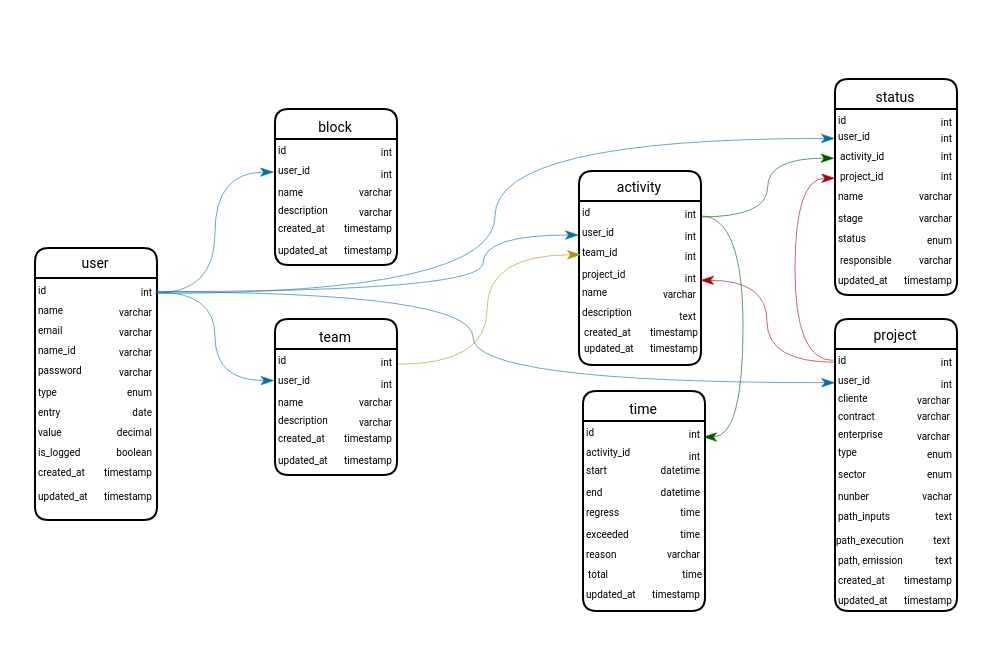
Before: Banco Kairos.drawio in Avflux/drawio, a draw.io diagram. Source tidied: cells renumbered, new cells numbered last; positions are measured from the earlier drawing's top-left corner, leaving out a move shared by most shapes. Both pictures are drawn from the tidied source at 200%, with x=0, y=0 at pixel (34, 78).
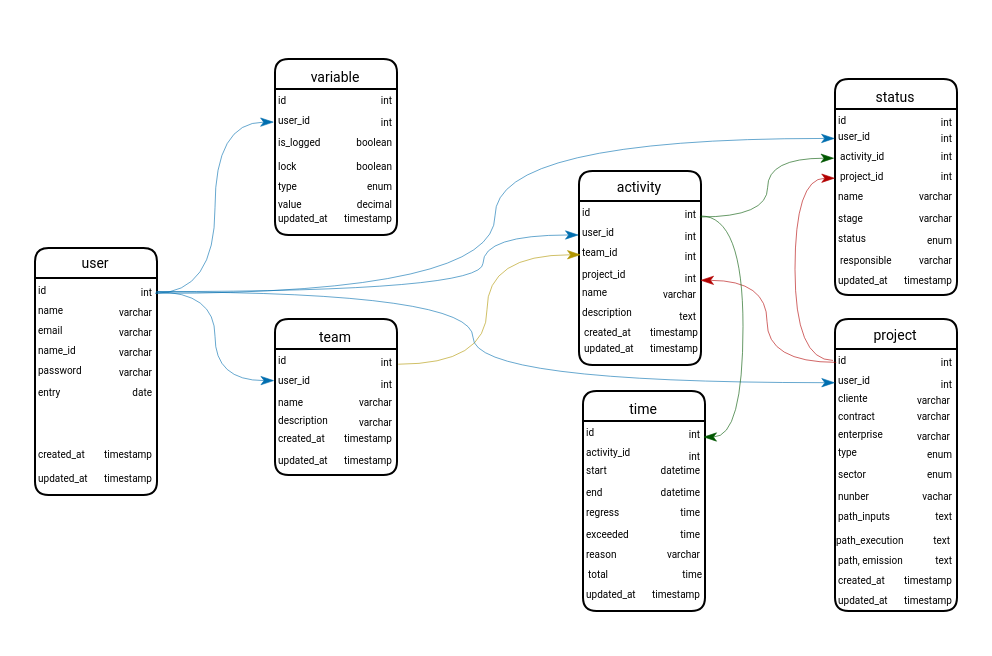
Above is the later version.

Change to the diagram source:
```diff
@@
     <mxCell id="2" value="&lt;p&gt;&lt;font style=&quot;font-size: 7px;&quot; face=&quot;Roboto&quot;&gt;&lt;span style=&quot;font-weight: 400;&quot;&gt;user&lt;/span&gt;&lt;/font&gt;&lt;/p&gt;" style="swimlane;whiteSpace=wrap;html=1;hachureGap=4;fontFamily=Architects Daughter;fillColor=default;strokeColor=default;startSize=15;strokeWidth=1;swimlaneLine=1;glass=0;rounded=1;shadow=0;align=center;" parent="1" vertex="1">
-      <mxGeometry y="84.5" width="61" height="136" as="geometry" />
+      <mxGeometry y="84.5" width="61" height="123.5" as="geometry" />
     </mxCell>
@@
-    <mxCell id="12" value="&lt;font face=&quot;Roboto&quot;&gt;&lt;span style=&quot;font-size: 5px;&quot;&gt;type&lt;/span&gt;&lt;/font&gt;" style="text;html=1;align=left;verticalAlign=middle;strokeColor=none;fillColor=none;fontFamily=Architects Daughter;" parent="2" vertex="1">
-      <mxGeometry y="55" width="30" height="30" as="geometry" />
-    </mxCell>
-    <mxCell id="13" value="&lt;font face=&quot;Roboto&quot;&gt;&lt;span style=&quot;font-size: 5px;&quot;&gt;enum&lt;/span&gt;&lt;/font&gt;" style="text;html=1;align=right;verticalAlign=middle;strokeColor=none;fillColor=none;fontFamily=Architects Daughter;" parent="2" vertex="1">
-      <mxGeometry x="30" y="55" width="30" height="30" as="geometry" />
-    </mxCell>
     <mxCell id="14" value="&lt;font face=&quot;Roboto&quot;&gt;&lt;span style=&quot;font-size: 5px;&quot;&gt;entry&lt;/span&gt;&lt;/font&gt;" style="text;html=1;align=left;verticalAlign=middle;strokeColor=none;fillColor=none;fontFamily=Architects Daughter;" parent="2" vertex="1">
-      <mxGeometry y="67" width="29" height="27" as="geometry" />
+      <mxGeometry y="57" width="29" height="27" as="geometry" />
     </mxCell>
     <mxCell id="15" value="&lt;font face=&quot;Roboto&quot;&gt;&lt;span style=&quot;font-size: 5px;&quot;&gt;date&lt;/span&gt;&lt;/font&gt;" style="text;html=1;align=right;verticalAlign=middle;strokeColor=none;fillColor=none;fontFamily=Architects Daughter;" parent="2" vertex="1">
-      <mxGeometry x="30" y="65" width="30" height="30" as="geometry" />
+      <mxGeometry x="30" y="55" width="30" height="30" as="geometry" />
     </mxCell>
-    <mxCell id="16" value="&lt;font face=&quot;Roboto&quot;&gt;&lt;span style=&quot;font-size: 5px;&quot;&gt;value&lt;/span&gt;&lt;/font&gt;" style="text;html=1;align=left;verticalAlign=middle;strokeColor=none;fillColor=none;fontFamily=Architects Daughter;" parent="2" vertex="1">
-      <mxGeometry y="77" width="30" height="27" as="geometry" />
-    </mxCell>
-    <mxCell id="17" value="&lt;font face=&quot;Roboto&quot;&gt;&lt;span style=&quot;font-size: 5px;&quot;&gt;decimal&lt;/span&gt;&lt;/font&gt;" style="text;html=1;align=right;verticalAlign=middle;strokeColor=none;fillColor=none;fontFamily=Architects Daughter;" parent="2" vertex="1">
-      <mxGeometry x="20" y="75" width="40" height="30" as="geometry" />
-    </mxCell>
-    <mxCell id="18" value="&lt;font face=&quot;Roboto&quot;&gt;&lt;span style=&quot;font-size: 5px;&quot;&gt;is_logged&lt;/span&gt;&lt;/font&gt;" style="text;html=1;align=left;verticalAlign=middle;strokeColor=none;fillColor=none;fontFamily=Architects Daughter;" parent="2" vertex="1">
-      <mxGeometry y="85" width="40" height="30" as="geometry" />
-    </mxCell>
-    <mxCell id="19" value="&lt;font face=&quot;Roboto&quot;&gt;&lt;span style=&quot;font-size: 5px;&quot;&gt;boolean&lt;/span&gt;&lt;/font&gt;" style="text;html=1;align=right;verticalAlign=middle;strokeColor=none;fillColor=none;fontFamily=Architects Daughter;" parent="2" vertex="1">
-      <mxGeometry x="20" y="85" width="40" height="30" as="geometry" />
-    </mxCell>
@@
     <mxCell id="21" value="&lt;font face=&quot;Roboto&quot;&gt;&lt;span style=&quot;font-size: 5px;&quot;&gt;created_at&lt;/span&gt;&lt;/font&gt;" style="text;html=1;align=left;verticalAlign=middle;strokeColor=none;fillColor=none;fontFamily=Architects Daughter;" parent="2" vertex="1">
-      <mxGeometry y="97" width="41" height="27" as="geometry" />
+      <mxGeometry y="88" width="41" height="27" as="geometry" />
     </mxCell>
     <mxCell id="22" value="&lt;font face=&quot;Roboto&quot;&gt;&lt;span style=&quot;font-size: 5px;&quot;&gt;timestamp&lt;/span&gt;&lt;/font&gt;" style="text;html=1;align=right;verticalAlign=middle;strokeColor=none;fillColor=none;fontFamily=Architects Daughter;" parent="2" vertex="1">
-      <mxGeometry x="18" y="97" width="42" height="27" as="geometry" />
+      <mxGeometry x="18" y="88" width="42" height="27" as="geometry" />
     </mxCell>
     <mxCell id="23" value="&lt;font face=&quot;Roboto&quot;&gt;&lt;span style=&quot;font-size: 5px;&quot;&gt;updated_at&lt;/span&gt;&lt;/font&gt;" style="text;html=1;align=left;verticalAlign=middle;strokeColor=none;fillColor=none;fontFamily=Architects Daughter;" parent="2" vertex="1">
-      <mxGeometry y="109" width="43" height="27" as="geometry" />
+      <mxGeometry y="100" width="43" height="27" as="geometry" />
     </mxCell>
     <mxCell id="24" value="&lt;font face=&quot;Roboto&quot;&gt;&lt;span style=&quot;font-size: 5px;&quot;&gt;timestamp&lt;/span&gt;&lt;/font&gt;" style="text;html=1;align=right;verticalAlign=middle;strokeColor=none;fillColor=none;fontFamily=Architects Daughter;" parent="2" vertex="1">
-      <mxGeometry x="18" y="109" width="42" height="27" as="geometry" />
+      <mxGeometry x="18" y="100" width="42" height="27" as="geometry" />
     </mxCell>
@@
-    <mxCell id="129" value="&lt;p&gt;&lt;font face=&quot;Roboto&quot;&gt;&lt;span style=&quot;font-size: 7px; font-weight: 400;&quot;&gt;block&lt;/span&gt;&lt;/font&gt;&lt;/p&gt;" style="swimlane;whiteSpace=wrap;html=1;hachureGap=4;fontFamily=Architects Daughter;fillColor=default;strokeColor=default;startSize=15;strokeWidth=1;swimlaneLine=1;glass=0;rounded=1;shadow=0;align=center;" parent="1" vertex="1">
-      <mxGeometry x="120" y="15" width="61" height="78" as="geometry" />
+    <mxCell id="129" value="&lt;p&gt;&lt;font face=&quot;Roboto&quot;&gt;&lt;span style=&quot;font-size: 7px; font-weight: 400;&quot;&gt;variable&lt;/span&gt;&lt;/font&gt;&lt;/p&gt;" style="swimlane;whiteSpace=wrap;html=1;hachureGap=4;fontFamily=Architects Daughter;fillColor=default;strokeColor=default;startSize=15;strokeWidth=1;swimlaneLine=1;glass=0;rounded=1;shadow=0;align=center;" parent="1" vertex="1">
+      <mxGeometry x="120" y="-10" width="61" height="88" as="geometry" />
     </mxCell>
@@
     <mxCell id="132" value="&lt;font face=&quot;Roboto&quot;&gt;&lt;span style=&quot;font-size: 5px;&quot;&gt;int&lt;/span&gt;&lt;/font&gt;" style="text;html=1;align=right;verticalAlign=middle;strokeColor=none;fillColor=none;fontFamily=Architects Daughter;" parent="129" vertex="1">
-      <mxGeometry x="36" y="17" width="24" height="27" as="geometry" />
+      <mxGeometry x="36" y="16" width="24" height="27" as="geometry" />
     </mxCell>
-    <mxCell id="133" value="&lt;font face=&quot;Roboto&quot;&gt;&lt;span style=&quot;font-size: 5px;&quot;&gt;name&lt;/span&gt;&lt;/font&gt;" style="text;html=1;align=left;verticalAlign=middle;strokeColor=none;fillColor=none;fontFamily=Architects Daughter;" parent="129" vertex="1">
-      <mxGeometry y="26" width="31" height="27" as="geometry" />
+    <mxCell id="133" value="&lt;font face=&quot;Roboto&quot;&gt;&lt;span style=&quot;font-size: 5px;&quot;&gt;is_logged&lt;/span&gt;&lt;/font&gt;" style="text;html=1;align=left;verticalAlign=middle;strokeColor=none;fillColor=none;fontFamily=Architects Daughter;" parent="129" vertex="1">
+      <mxGeometry y="26" width="38" height="28" as="geometry" />
     </mxCell>
-    <mxCell id="134" value="&lt;font face=&quot;Roboto&quot;&gt;&lt;span style=&quot;font-size: 5px;&quot;&gt;varchar&lt;/span&gt;&lt;/font&gt;" style="text;html=1;align=right;verticalAlign=middle;strokeColor=none;fillColor=none;fontFamily=Architects Daughter;" parent="129" vertex="1">
-      <mxGeometry x="20" y="25" width="40" height="30" as="geometry" />
+    <mxCell id="134" value="&lt;font face=&quot;Roboto&quot;&gt;&lt;span style=&quot;font-size: 5px;&quot;&gt;boolean&lt;/span&gt;&lt;/font&gt;" style="text;html=1;align=right;verticalAlign=middle;strokeColor=none;fillColor=none;fontFamily=Architects Daughter;" parent="129" vertex="1">
+      <mxGeometry x="24" y="26" width="36" height="28" as="geometry" />
     </mxCell>
-    <mxCell id="135" value="&lt;font face=&quot;Roboto&quot; style=&quot;font-size: 5px;&quot;&gt;description&lt;/font&gt;" style="text;html=1;align=left;verticalAlign=middle;strokeColor=none;fillColor=none;fontFamily=Architects Daughter;" parent="129" vertex="1">
-      <mxGeometry y="37" width="43" height="26" as="geometry" />
-    </mxCell>
-    <mxCell id="136" value="&lt;font face=&quot;Roboto&quot;&gt;&lt;span style=&quot;font-size: 5px;&quot;&gt;varchar&lt;/span&gt;&lt;/font&gt;" style="text;html=1;align=right;verticalAlign=middle;strokeColor=none;fillColor=none;fontFamily=Architects Daughter;" parent="129" vertex="1">
-      <mxGeometry x="20" y="35" width="40" height="30" as="geometry" />
-    </mxCell>
     <mxCell id="137" value="&lt;font face=&quot;Roboto&quot;&gt;&lt;span style=&quot;font-size: 5px;&quot;&gt;int&lt;/span&gt;&lt;/font&gt;" style="text;html=1;align=right;verticalAlign=middle;strokeColor=none;fillColor=none;fontFamily=Architects Daughter;" parent="129" vertex="1">
-      <mxGeometry x="40" y="5" width="20" height="30" as="geometry" />
+      <mxGeometry x="40" y="4" width="20" height="30" as="geometry" />
     </mxCell>
-    <mxCell id="138" value="&lt;font face=&quot;Roboto&quot;&gt;&lt;span style=&quot;font-size: 5px;&quot;&gt;created_at&lt;/span&gt;&lt;/font&gt;" style="text;html=1;align=left;verticalAlign=middle;strokeColor=none;fillColor=none;fontFamily=Architects Daughter;" parent="129" vertex="1">
-      <mxGeometry y="44" width="41" height="27" as="geometry" />
-    </mxCell>
-    <mxCell id="139" value="&lt;font face=&quot;Roboto&quot;&gt;&lt;span style=&quot;font-size: 5px;&quot;&gt;timestamp&lt;/span&gt;&lt;/font&gt;" style="text;html=1;align=right;verticalAlign=middle;strokeColor=none;fillColor=none;fontFamily=Architects Daughter;" parent="129" vertex="1">
-      <mxGeometry x="18" y="44" width="42" height="27" as="geometry" />
-    </mxCell>
+    <mxCell id="143" value="&lt;font face=&quot;Roboto&quot;&gt;&lt;span style=&quot;font-size: 5px;&quot;&gt;lock&lt;/span&gt;&lt;/font&gt;" style="text;html=1;align=left;verticalAlign=middle;strokeColor=none;fillColor=none;fontFamily=Architects Daughter;" parent="129" vertex="1">
+      <mxGeometry y="38" width="28" height="28" as="geometry" />
+    </mxCell>
+    <mxCell id="19" value="&lt;font face=&quot;Roboto&quot;&gt;&lt;span style=&quot;font-size: 5px;&quot;&gt;boolean&lt;/span&gt;&lt;/font&gt;" style="text;html=1;align=right;verticalAlign=middle;strokeColor=none;fillColor=none;fontFamily=Architects Daughter;" parent="129" vertex="1">
+      <mxGeometry x="24" y="38" width="36" height="28" as="geometry" />
+    </mxCell>
+    <mxCell id="12" value="&lt;font face=&quot;Roboto&quot;&gt;&lt;span style=&quot;font-size: 5px;&quot;&gt;type&lt;/span&gt;&lt;/font&gt;" style="text;html=1;align=left;verticalAlign=middle;strokeColor=none;fillColor=none;fontFamily=Architects Daughter;" parent="129" vertex="1">
+      <mxGeometry y="47" width="30" height="30" as="geometry" />
+    </mxCell>
+    <mxCell id="13" value="&lt;font face=&quot;Roboto&quot;&gt;&lt;span style=&quot;font-size: 5px;&quot;&gt;enum&lt;/span&gt;&lt;/font&gt;" style="text;html=1;align=right;verticalAlign=middle;strokeColor=none;fillColor=none;fontFamily=Architects Daughter;" parent="129" vertex="1">
+      <mxGeometry x="30" y="47" width="30" height="30" as="geometry" />
+    </mxCell>
+    <mxCell id="16" value="&lt;font face=&quot;Roboto&quot;&gt;&lt;span style=&quot;font-size: 5px;&quot;&gt;value&lt;/span&gt;&lt;/font&gt;" style="text;html=1;align=left;verticalAlign=middle;strokeColor=none;fillColor=none;fontFamily=Architects Daughter;" parent="129" vertex="1">
+      <mxGeometry y="57" width="30" height="27" as="geometry" />
+    </mxCell>
+    <mxCell id="17" value="&lt;font face=&quot;Roboto&quot;&gt;&lt;span style=&quot;font-size: 5px;&quot;&gt;decimal&lt;/span&gt;&lt;/font&gt;" style="text;html=1;align=right;verticalAlign=middle;strokeColor=none;fillColor=none;fontFamily=Architects Daughter;" parent="129" vertex="1">
+      <mxGeometry x="20" y="56" width="40" height="30" as="geometry" />
+    </mxCell>
     <mxCell id="140" value="&lt;font face=&quot;Roboto&quot;&gt;&lt;span style=&quot;font-size: 5px;&quot;&gt;updated_at&lt;/span&gt;&lt;/font&gt;" style="text;html=1;align=left;verticalAlign=middle;strokeColor=none;fillColor=none;fontFamily=Architects Daughter;" parent="129" vertex="1">
-      <mxGeometry y="55" width="43" height="27" as="geometry" />
+      <mxGeometry y="64" width="43" height="27" as="geometry" />
     </mxCell>
     <mxCell id="141" value="&lt;font face=&quot;Roboto&quot;&gt;&lt;span style=&quot;font-size: 5px;&quot;&gt;timestamp&lt;/span&gt;&lt;/font&gt;" style="text;html=1;align=right;verticalAlign=middle;strokeColor=none;fillColor=none;fontFamily=Architects Daughter;" parent="129" vertex="1">
-      <mxGeometry x="18" y="55" width="42" height="27" as="geometry" />
+      <mxGeometry x="18" y="64" width="42" height="27" as="geometry" />
     </mxCell>
```
